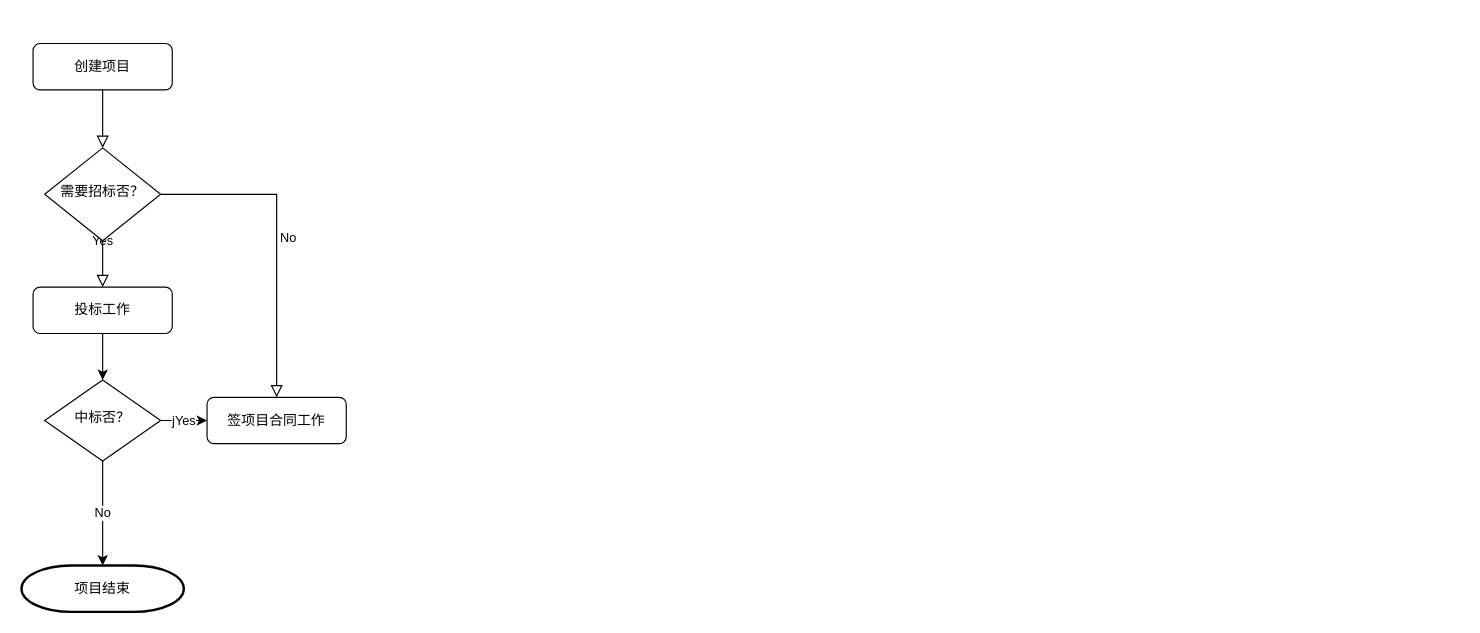
JefferNew/graphdb-designer keeps this draw.io diagram as Untitled Diagram.drawio. Above is the earlier version. Source tidied: cells renumbered, new cells numbered last; positions are measured from the earlier drawing's top-left corner, leaving out a move shared by most shapes. Both pictures are drawn from the tidied source at 116%, with x=0, y=0 at pixel (21, 43).
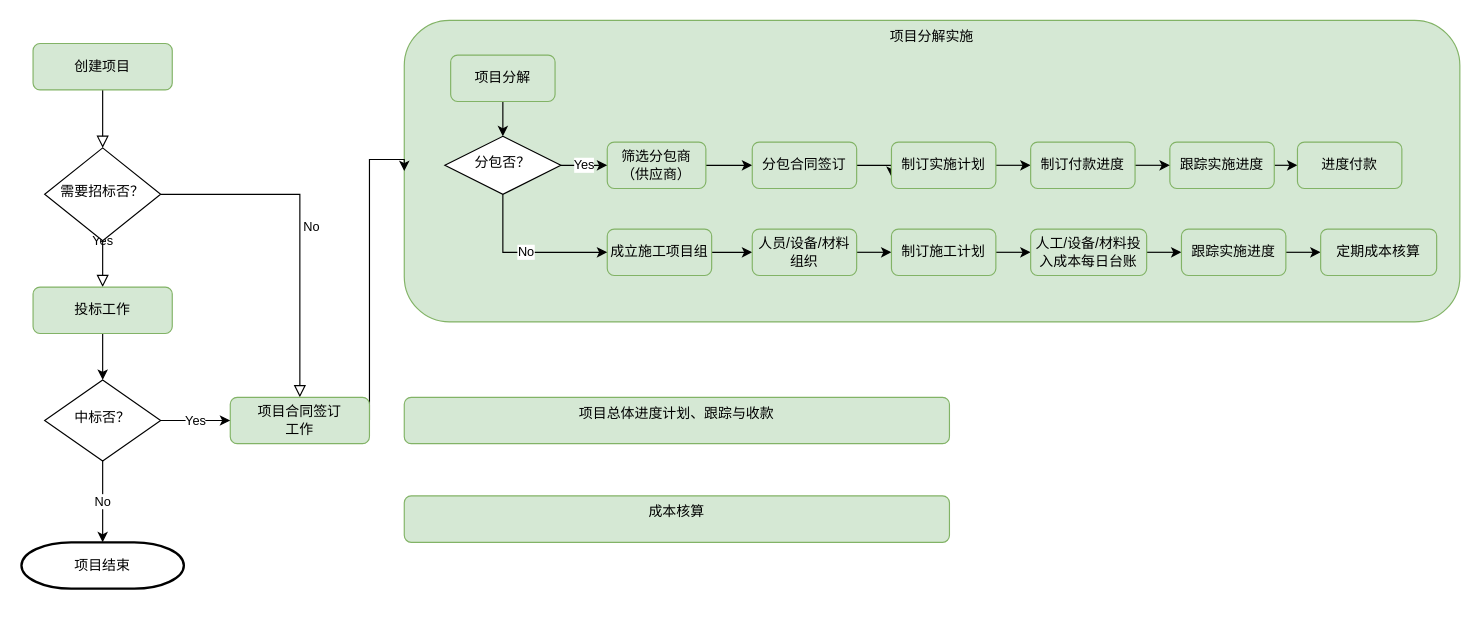
Above is the later version.

The change refers to these unchanged cells:
```xml
<mxCell id="12" value="中标否？" style="rhombus;whiteSpace=wrap;html=1;shadow=0;fontFamily=Helvetica;fontSize=12;align=center;strokeWidth=1;spacing=6;spacingTop=-4;" parent="1" vertex="1">
  <mxGeometry x="20" y="290" width="100" height="70" as="geometry" />
</mxCell>
```

What changed in the source:
```diff
@@
+    <mxCell id="14" value="项目分解实施" style="rounded=1;whiteSpace=wrap;html=1;fontSize=12;glass=0;strokeWidth=1;shadow=0;fillColor=#d5e8d4;strokeColor=#82b366;horizontal=1;verticalAlign=top;align=center;" parent="1" vertex="1">
+      <mxGeometry x="330" y="-20" width="910" height="260" as="geometry" />
+    </mxCell>
@@
-    <mxCell id="3" value="创建项目" style="rounded=1;whiteSpace=wrap;html=1;fontSize=12;glass=0;strokeWidth=1;shadow=0;" parent="1" vertex="1">
+    <mxCell id="3" value="创建项目" style="rounded=1;whiteSpace=wrap;html=1;fontSize=12;glass=0;strokeWidth=1;shadow=0;fillColor=#d5e8d4;strokeColor=#82b366;" parent="1" vertex="1">
       <mxGeometry x="10" width="120" height="40" as="geometry" />
     </mxCell>
@@
-    <mxCell id="8" value="投标工作" style="rounded=1;whiteSpace=wrap;html=1;fontSize=12;glass=0;strokeWidth=1;shadow=0;" parent="1" vertex="1">
+    <mxCell id="8" value="投标工作" style="rounded=1;whiteSpace=wrap;html=1;fontSize=12;glass=0;strokeWidth=1;shadow=0;fillColor=#d5e8d4;strokeColor=#82b366;" parent="1" vertex="1">
       <mxGeometry x="10" y="210" width="120" height="40" as="geometry" />
     </mxCell>
+    <mxCell id="15" style="edgeStyle=orthogonalEdgeStyle;rounded=0;jettySize=auto;html=1;exitX=1;exitY=0.5;exitDx=0;exitDy=0;entryX=0;entryY=0.5;entryDx=0;entryDy=0;" parent="1" edge="1" source="9" target="14">
+      <mxGeometry relative="1" as="geometry">
+        <Array as="points">
+          <mxPoint x="300" y="100" />
+          <mxPoint x="330" y="100" />
+        </Array>
+      </mxGeometry>
+    </mxCell>
-    <mxCell id="9" value="签项目合同工作" style="rounded=1;whiteSpace=wrap;html=1;fontSize=12;glass=0;strokeWidth=1;shadow=0;" parent="1" vertex="1">
-      <mxGeometry x="160" y="305" width="120" height="40" as="geometry" />
+    <mxCell id="9" value="项目合同签订&lt;br&gt;工作" style="rounded=1;whiteSpace=wrap;html=1;fontSize=12;glass=0;strokeWidth=1;shadow=0;fillColor=#d5e8d4;strokeColor=#82b366;" parent="1" vertex="1">
+      <mxGeometry x="180" y="305" width="120" height="40" as="geometry" />
     </mxCell>
-    <mxCell id="10" value="jYes" style="edgeStyle=orthogonalEdgeStyle;rounded=0;jettySize=auto;html=1;exitX=1;exitY=0.5;exitDx=0;exitDy=0;entryX=0;entryY=0.5;entryDx=0;entryDy=0;" parent="1" edge="1" source="12" target="9">
+    <mxCell id="10" value="Yes" style="edgeStyle=orthogonalEdgeStyle;rounded=0;jettySize=auto;html=1;exitX=1;exitY=0.5;exitDx=0;exitDy=0;entryX=0;entryY=0.5;entryDx=0;entryDy=0;" parent="1" edge="1" source="12" target="9">
       <mxGeometry relative="1" as="geometry" />
     </mxCell>
@@
     <mxCell id="13" value="项目结束" style="strokeWidth=2;html=1;shape=mxgraph.flowchart.terminator;whiteSpace=wrap;" parent="1" vertex="1">
-      <mxGeometry y="450" width="140" height="40" as="geometry" />
+      <mxGeometry y="430" width="140" height="40" as="geometry" />
     </mxCell>
+    <mxCell id="16" style="edgeStyle=orthogonalEdgeStyle;rounded=0;jettySize=auto;html=1;exitX=0.5;exitY=1;exitDx=0;exitDy=0;" parent="1" edge="1" source="17" target="24">
+      <mxGeometry relative="1" as="geometry" />
+    </mxCell>
+    <mxCell id="17" value="项目分解" style="rounded=1;whiteSpace=wrap;html=1;fontSize=12;glass=0;strokeWidth=1;shadow=0;fillColor=#d5e8d4;strokeColor=#82b366;" parent="1" vertex="1">
+      <mxGeometry x="370" y="10" width="90" height="40" as="geometry" />
+    </mxCell>
+    <mxCell id="18" style="edgeStyle=orthogonalEdgeStyle;rounded=0;jettySize=auto;html=1;exitX=1;exitY=0.5;exitDx=0;exitDy=0;entryX=0;entryY=0.5;entryDx=0;entryDy=0;" parent="1" edge="1" source="19" target="26">
+      <mxGeometry relative="1" as="geometry" />
+    </mxCell>
+    <mxCell id="19" value="筛选分包商（供应商）" style="rounded=1;whiteSpace=wrap;html=1;fontSize=12;glass=0;strokeWidth=1;shadow=0;fillColor=#d5e8d4;strokeColor=#82b366;" parent="1" vertex="1">
+      <mxGeometry x="505" y="85" width="85" height="40" as="geometry" />
+    </mxCell>
+    <mxCell id="20" style="edgeStyle=orthogonalEdgeStyle;rounded=0;jettySize=auto;html=1;exitX=1;exitY=0.5;exitDx=0;exitDy=0;entryX=0;entryY=0.5;entryDx=0;entryDy=0;" parent="1" edge="1" source="21" target="35">
+      <mxGeometry relative="1" as="geometry" />
+    </mxCell>
+    <mxCell id="21" value="成立施工项目组" style="rounded=1;whiteSpace=wrap;html=1;fontSize=12;glass=0;strokeWidth=1;shadow=0;fillColor=#d5e8d4;strokeColor=#82b366;" parent="1" vertex="1">
+      <mxGeometry x="505" y="160" width="90" height="40" as="geometry" />
+    </mxCell>
+    <mxCell id="22" value="Yes" style="edgeStyle=orthogonalEdgeStyle;rounded=0;jettySize=auto;html=1;exitX=1;exitY=0.5;exitDx=0;exitDy=0;entryX=0;entryY=0.5;entryDx=0;entryDy=0;" parent="1" edge="1" source="24" target="19">
+      <mxGeometry relative="1" as="geometry" />
+    </mxCell>
+    <mxCell id="23" value="No" style="edgeStyle=orthogonalEdgeStyle;rounded=0;jettySize=auto;html=1;exitX=0.5;exitY=1;exitDx=0;exitDy=0;entryX=0;entryY=0.5;entryDx=0;entryDy=0;" parent="1" edge="1" source="24" target="21">
+      <mxGeometry relative="1" as="geometry" />
+    </mxCell>
+    <mxCell id="24" value="分包否？" style="rhombus;whiteSpace=wrap;html=1;shadow=0;fontFamily=Helvetica;fontSize=12;align=center;strokeWidth=1;spacing=6;spacingTop=-4;" parent="1" vertex="1">
+      <mxGeometry x="365" y="80" width="100" height="50" as="geometry" />
+    </mxCell>
+    <mxCell id="25" style="edgeStyle=orthogonalEdgeStyle;rounded=0;jettySize=auto;html=1;exitX=1;exitY=0.5;exitDx=0;exitDy=0;entryX=0;entryY=0.75;entryDx=0;entryDy=0;" parent="1" edge="1" source="26" target="28">
+      <mxGeometry relative="1" as="geometry" />
+    </mxCell>
+    <mxCell id="26" value="分包合同签订" style="rounded=1;whiteSpace=wrap;html=1;fontSize=12;glass=0;strokeWidth=1;shadow=0;fillColor=#d5e8d4;strokeColor=#82b366;" parent="1" vertex="1">
+      <mxGeometry x="630" y="85" width="90" height="40" as="geometry" />
+    </mxCell>
+    <mxCell id="27" style="edgeStyle=orthogonalEdgeStyle;rounded=0;jettySize=auto;html=1;exitX=1;exitY=0.5;exitDx=0;exitDy=0;entryX=0;entryY=0.5;entryDx=0;entryDy=0;" parent="1" edge="1" source="28" target="32">
+      <mxGeometry relative="1" as="geometry" />
+    </mxCell>
+    <mxCell id="28" value="制订实施计划" style="rounded=1;whiteSpace=wrap;html=1;fontSize=12;glass=0;strokeWidth=1;shadow=0;fillColor=#d5e8d4;strokeColor=#82b366;" parent="1" vertex="1">
+      <mxGeometry x="750" y="85" width="90" height="40" as="geometry" />
+    </mxCell>
+    <mxCell id="29" style="edgeStyle=orthogonalEdgeStyle;rounded=0;jettySize=auto;html=1;exitX=1;exitY=0.5;exitDx=0;exitDy=0;entryX=0;entryY=0.5;entryDx=0;entryDy=0;" parent="1" edge="1" source="30" target="33">
+      <mxGeometry relative="1" as="geometry" />
+    </mxCell>
+    <mxCell id="30" value="跟踪实施进度" style="rounded=1;whiteSpace=wrap;html=1;fontSize=12;glass=0;strokeWidth=1;shadow=0;fillColor=#d5e8d4;strokeColor=#82b366;" parent="1" vertex="1">
+      <mxGeometry x="990" y="85" width="90" height="40" as="geometry" />
+    </mxCell>
+    <mxCell id="31" style="edgeStyle=orthogonalEdgeStyle;rounded=0;jettySize=auto;html=1;exitX=1;exitY=0.5;exitDx=0;exitDy=0;entryX=0;entryY=0.5;entryDx=0;entryDy=0;" parent="1" edge="1" source="32" target="30">
+      <mxGeometry relative="1" as="geometry" />
+    </mxCell>
+    <mxCell id="32" value="制订付款进度" style="rounded=1;whiteSpace=wrap;html=1;fontSize=12;glass=0;strokeWidth=1;shadow=0;fillColor=#d5e8d4;strokeColor=#82b366;" parent="1" vertex="1">
+      <mxGeometry x="870" y="85" width="90" height="40" as="geometry" />
+    </mxCell>
+    <mxCell id="33" value="进度付款" style="rounded=1;whiteSpace=wrap;html=1;fontSize=12;glass=0;strokeWidth=1;shadow=0;fillColor=#d5e8d4;strokeColor=#82b366;" parent="1" vertex="1">
+      <mxGeometry x="1100" y="85" width="90" height="40" as="geometry" />
+    </mxCell>
+    <mxCell id="34" style="edgeStyle=orthogonalEdgeStyle;rounded=0;jettySize=auto;html=1;exitX=1;exitY=0.5;exitDx=0;exitDy=0;entryX=0;entryY=0.5;entryDx=0;entryDy=0;" parent="1" edge="1" source="35" target="37">
+      <mxGeometry relative="1" as="geometry" />
+    </mxCell>
+    <mxCell id="35" value="人员/设备/材料组织" style="rounded=1;whiteSpace=wrap;html=1;fontSize=12;glass=0;strokeWidth=1;shadow=0;fillColor=#d5e8d4;strokeColor=#82b366;" parent="1" vertex="1">
+      <mxGeometry x="630" y="160" width="90" height="40" as="geometry" />
+    </mxCell>
+    <mxCell id="36" style="edgeStyle=orthogonalEdgeStyle;rounded=0;jettySize=auto;html=1;exitX=1;exitY=0.5;exitDx=0;exitDy=0;entryX=0;entryY=0.5;entryDx=0;entryDy=0;" parent="1" edge="1" source="37" target="39">
+      <mxGeometry relative="1" as="geometry" />
+    </mxCell>
+    <mxCell id="37" value="制订施工计划" style="rounded=1;whiteSpace=wrap;html=1;fontSize=12;glass=0;strokeWidth=1;shadow=0;fillColor=#d5e8d4;strokeColor=#82b366;" parent="1" vertex="1">
+      <mxGeometry x="750" y="160" width="90" height="40" as="geometry" />
+    </mxCell>
+    <mxCell id="38" style="edgeStyle=orthogonalEdgeStyle;rounded=0;jettySize=auto;html=1;exitX=1;exitY=0.5;exitDx=0;exitDy=0;entryX=0;entryY=0.5;entryDx=0;entryDy=0;" parent="1" edge="1" source="39" target="41">
+      <mxGeometry relative="1" as="geometry" />
+    </mxCell>
+    <mxCell id="39" value="人工/设备/材料投入成本每日台账" style="rounded=1;whiteSpace=wrap;html=1;fontSize=12;glass=0;strokeWidth=1;shadow=0;fillColor=#d5e8d4;strokeColor=#82b366;" parent="1" vertex="1">
+      <mxGeometry x="870" y="160" width="100" height="40" as="geometry" />
+    </mxCell>
+    <mxCell id="40" style="edgeStyle=orthogonalEdgeStyle;rounded=0;jettySize=auto;html=1;exitX=1;exitY=0.5;exitDx=0;exitDy=0;entryX=0;entryY=0.5;entryDx=0;entryDy=0;" parent="1" edge="1" source="41" target="42">
+      <mxGeometry relative="1" as="geometry" />
+    </mxCell>
+    <mxCell id="41" value="跟踪实施进度" style="rounded=1;whiteSpace=wrap;html=1;fontSize=12;glass=0;strokeWidth=1;shadow=0;fillColor=#d5e8d4;strokeColor=#82b366;" parent="1" vertex="1">
+      <mxGeometry x="1000" y="160" width="90" height="40" as="geometry" />
+    </mxCell>
+    <mxCell id="42" value="定期成本核算" style="rounded=1;whiteSpace=wrap;html=1;fontSize=12;glass=0;strokeWidth=1;shadow=0;fillColor=#d5e8d4;strokeColor=#82b366;" parent="1" vertex="1">
+      <mxGeometry x="1120" y="160" width="100" height="40" as="geometry" />
+    </mxCell>
+    <mxCell id="43" value="项目总体进度计划、跟踪与收款" style="rounded=1;whiteSpace=wrap;html=1;fontSize=12;glass=0;strokeWidth=1;shadow=0;fillColor=#d5e8d4;strokeColor=#82b366;horizontal=1;verticalAlign=top;align=center;" parent="1" vertex="1">
+      <mxGeometry x="330" y="305" width="470" height="40" as="geometry" />
+    </mxCell>
+    <mxCell id="44" value="成本核算" style="rounded=1;whiteSpace=wrap;html=1;fontSize=12;glass=0;strokeWidth=1;shadow=0;fillColor=#d5e8d4;strokeColor=#82b366;horizontal=1;verticalAlign=top;align=center;" parent="1" vertex="1">
+      <mxGeometry x="330" y="390" width="470" height="40" as="geometry" />
+    </mxCell>
```
